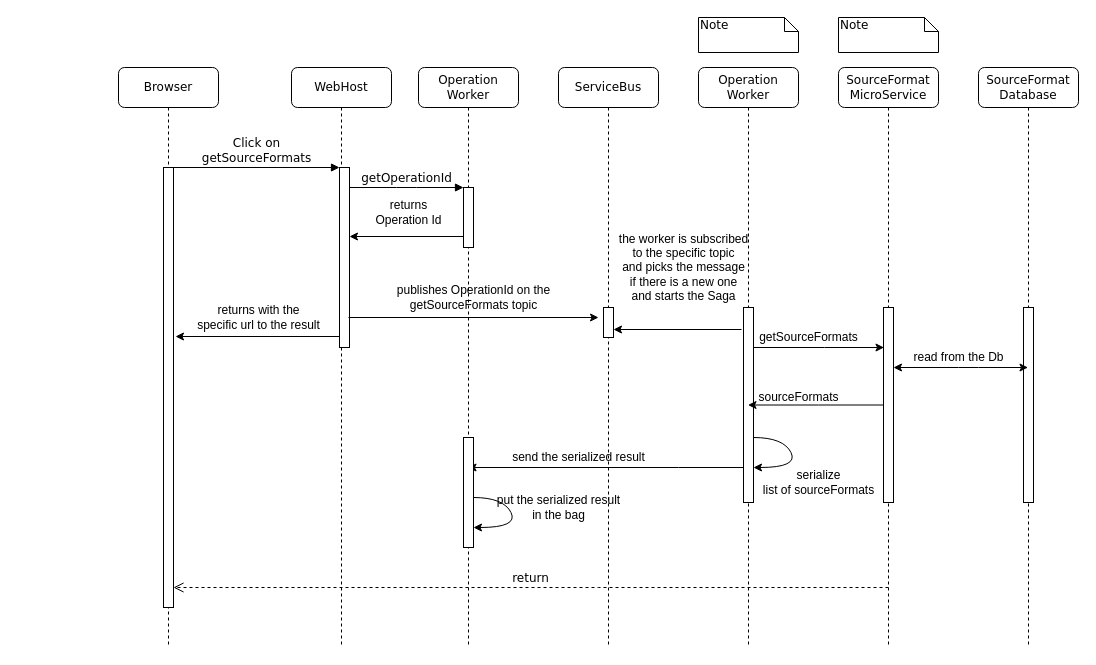
The draw.io diagram architecture/masterdata-getsourceformats.drawio in Andras-Csanyi/DigitalLibrary, before the edit. Source tidied: cells renumbered, new cells numbered last; positions are measured from the earlier drawing's top-left corner, leaving out a move shared by most shapes. Both pictures are drawn from the tidied source at 100%, with x=0, y=0 at pixel (118, 17).
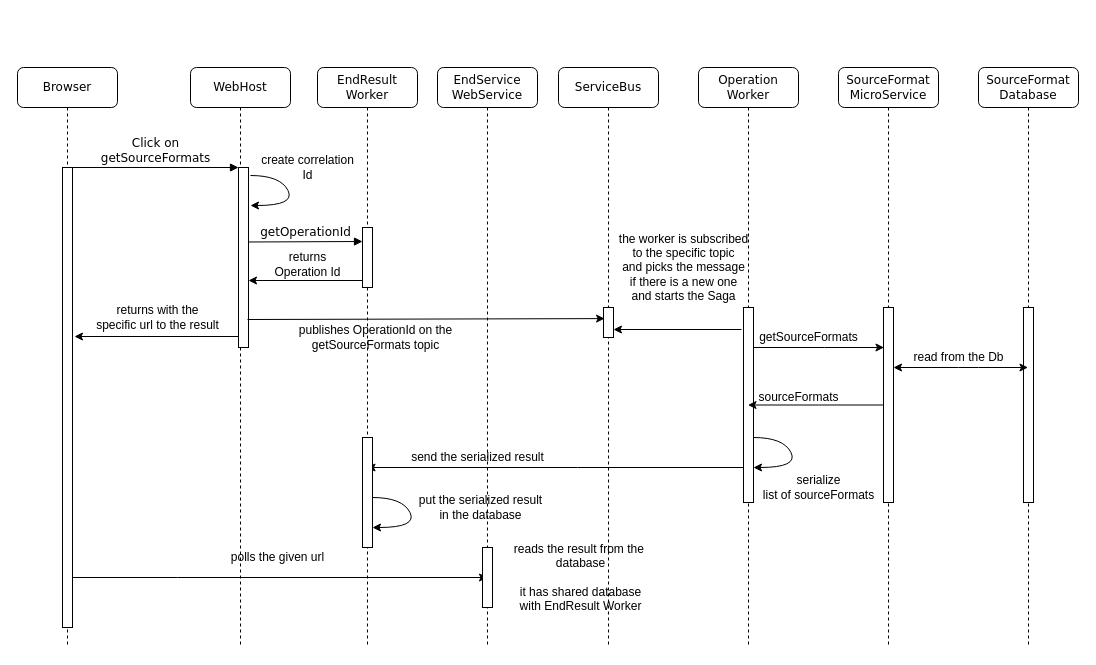
The same page after the edit.

Commit message:
docs: update masterdata-getsourceformats

The change refers to these unchanged cells:
```xml
<mxCell id="3" style="html=1;points=[];perimeter=orthogonalPerimeter;rounded=0;shadow=0;comic=0;labelBackgroundColor=none;strokeWidth=1;fontFamily=Verdana;fontSize=12;align=center;" parent="2" vertex="1">
  <mxGeometry x="48" y="100" width="10" height="180" as="geometry" />
</mxCell>
<mxCell id="15" style="html=1;points=[];perimeter=orthogonalPerimeter;rounded=0;shadow=0;comic=0;labelBackgroundColor=none;strokeWidth=1;fontFamily=Verdana;fontSize=12;align=center;" parent="1" vertex="1">
  <mxGeometry x="625" y="290" width="10" height="195" as="geometry" />
</mxCell>
```

The edit, as a diff of the source:
```diff
@@
     <mxCell id="2" value="WebHost" style="shape=umlLifeline;perimeter=lifelinePerimeter;whiteSpace=wrap;html=1;rounded=1;shadow=0;comic=0;labelBackgroundColor=none;strokeWidth=1;fontFamily=Verdana;fontSize=12;align=center;" parent="1" vertex="1">
-      <mxGeometry x="173" y="50" width="100" height="580" as="geometry" />
+      <mxGeometry x="72" y="50" width="100" height="580" as="geometry" />
     </mxCell>
@@
-    <mxCell id="4" value="Operation&lt;br&gt;Worker" style="shape=umlLifeline;perimeter=lifelinePerimeter;whiteSpace=wrap;html=1;outlineConnect=0;rounded=1;shadow=0;comic=0;labelBackgroundColor=none;strokeWidth=1;fontFamily=Verdana;fontSize=12;align=center;" parent="1" vertex="1">
-      <mxGeometry x="300" y="50" width="100" height="580" as="geometry" />
+    <mxCell id="4" value="EndResult&lt;br&gt;Worker" style="shape=umlLifeline;perimeter=lifelinePerimeter;whiteSpace=wrap;html=1;outlineConnect=0;rounded=1;shadow=0;comic=0;labelBackgroundColor=none;strokeWidth=1;fontFamily=Verdana;fontSize=12;align=center;" parent="1" vertex="1">
+      <mxGeometry x="199" y="50" width="100" height="580" as="geometry" />
     </mxCell>
     <mxCell id="5" style="html=1;points=[];perimeter=orthogonalPerimeter;rounded=0;shadow=0;comic=0;labelBackgroundColor=none;strokeWidth=1;fontFamily=Verdana;fontSize=12;align=center;" parent="4" vertex="1">
-      <mxGeometry x="45" y="120" width="10" height="60" as="geometry" />
+      <mxGeometry x="45" y="160" width="10" height="60" as="geometry" />
     </mxCell>
@@
     <mxCell id="10" value="Browser" style="shape=umlLifeline;perimeter=lifelinePerimeter;whiteSpace=wrap;html=1;rounded=1;shadow=0;comic=0;labelBackgroundColor=none;strokeWidth=1;fontFamily=Verdana;fontSize=12;align=center;" parent="1" vertex="1">
-      <mxGeometry y="50" width="100" height="580" as="geometry" />
+      <mxGeometry x="-101" y="50" width="100" height="580" as="geometry" />
     </mxCell>
+    <mxCell id="42" style="edgeStyle=orthogonalEdgeStyle;rounded=0;jettySize=auto;html=1;" parent="10" edge="1" source="11">
+      <mxGeometry relative="1" as="geometry">
+        <mxPoint x="470" y="510" as="targetPoint" />
+        <Array as="points">
+          <mxPoint x="160" y="510" />
+          <mxPoint x="160" y="510" />
+        </Array>
+      </mxGeometry>
+    </mxCell>
     <mxCell id="11" style="html=1;points=[];perimeter=orthogonalPerimeter;rounded=0;shadow=0;comic=0;labelBackgroundColor=none;strokeWidth=1;fontFamily=Verdana;fontSize=12;align=center;" parent="10" vertex="1">
-      <mxGeometry x="45" y="100" width="10" height="440" as="geometry" />
+      <mxGeometry x="45" y="100" width="10" height="460" as="geometry" />
     </mxCell>
@@
     <mxCell id="14" style="edgeStyle=orthogonalEdgeStyle;rounded=0;jettySize=auto;html=1;" parent="1" edge="1" source="15" target="4">
       <mxGeometry relative="1" as="geometry">
         <Array as="points">
-          <mxPoint x="560" y="450" />
-          <mxPoint x="560" y="450" />
+          <mxPoint x="459" y="450" />
+          <mxPoint x="459" y="450" />
         </Array>
       </mxGeometry>
     </mxCell>
@@
-    <mxCell id="16" value="return" style="html=1;verticalAlign=bottom;endArrow=open;dashed=1;endSize=8;labelBackgroundColor=none;fontFamily=Verdana;fontSize=12;edgeStyle=elbowEdgeStyle;elbow=vertical;" parent="1" edge="1" target="11">
-      <mxGeometry relative="1" as="geometry">
-        <mxPoint x="770" y="570" as="sourcePoint" />
-        <Array as="points">
-          <mxPoint x="470" y="570" />
-        </Array>
-      </mxGeometry>
-    </mxCell>
@@
-    <mxCell id="18" value="getOperationId" style="html=1;verticalAlign=bottom;endArrow=block;entryX=0;entryY=0;labelBackgroundColor=none;fontFamily=Verdana;fontSize=12;edgeStyle=elbowEdgeStyle;elbow=vertical;" parent="1" edge="1" source="3" target="5">
-      <mxGeometry relative="1" as="geometry" />
+    <mxCell id="18" value="getOperationId" style="html=1;verticalAlign=bottom;endArrow=block;entryX=0;entryY=0;labelBackgroundColor=none;fontFamily=Verdana;fontSize=12;edgeStyle=elbowEdgeStyle;elbow=vertical;" parent="1" edge="1">
+      <mxGeometry relative="1" as="geometry">
+        <mxPoint x="130" y="224.5" as="sourcePoint" />
+        <mxPoint x="244" y="224" as="targetPoint" />
+      </mxGeometry>
     </mxCell>
-    <mxCell id="19" value="Note" style="shape=note;whiteSpace=wrap;html=1;size=14;verticalAlign=top;align=left;spacingTop=-6;rounded=0;shadow=0;comic=0;labelBackgroundColor=none;strokeWidth=1;fontFamily=Verdana;fontSize=12;" parent="1" vertex="1">
-      <mxGeometry x="580" width="100" height="35" as="geometry" />
-    </mxCell>
-    <mxCell id="20" value="Note" style="shape=note;whiteSpace=wrap;html=1;size=14;verticalAlign=top;align=left;spacingTop=-6;rounded=0;shadow=0;comic=0;labelBackgroundColor=none;strokeWidth=1;fontFamily=Verdana;fontSize=12;" parent="1" vertex="1">
-      <mxGeometry x="720" width="100" height="35" as="geometry" />
-    </mxCell>
     <mxCell id="21" style="endArrow=classic;html=1;exitX=0;exitY=0.19;exitDx=0;exitDy=0;exitPerimeter=0;" parent="1" edge="1">
       <mxGeometry relative="1" as="geometry">
-        <mxPoint x="345" y="219" as="sourcePoint" />
-        <mxPoint x="231" y="219" as="targetPoint" />
+        <mxPoint x="244" y="263" as="sourcePoint" />
+        <mxPoint x="130" y="263" as="targetPoint" />
       </mxGeometry>
     </mxCell>
-    <mxCell id="22" style="endArrow=classic;html=1;" parent="1" edge="1">
+    <mxCell id="22" style="endArrow=classic;html=1;entryX=0.105;entryY=0.302;entryDx=0;entryDy=0;entryPerimeter=0;" parent="1" edge="1">
       <mxGeometry relative="1" as="geometry">
-        <mxPoint x="230" y="300" as="sourcePoint" />
-        <mxPoint x="480" y="300" as="targetPoint" />
+        <mxPoint x="129" y="302" as="sourcePoint" />
+        <mxPoint x="486.1" y="301.1" as="targetPoint" />
       </mxGeometry>
     </mxCell>
     <mxCell id="23" value="returns&lt;br&gt;Operation Id&lt;br&gt;" style="text;html=1;align=center;verticalAlign=middle;strokeColor=none;" parent="1" vertex="1">
-      <mxGeometry x="250" y="180" width="80" height="30" as="geometry" />
+      <mxGeometry x="149" y="232" width="80" height="30" as="geometry" />
     </mxCell>
     <mxCell id="24" value="publishes OperationId on the &lt;br&gt;getSourceFormats topic" style="text;html=1;align=center;verticalAlign=middle;strokeColor=none;" parent="1" vertex="1">
-      <mxGeometry x="270" y="265" width="170" height="30" as="geometry" />
+      <mxGeometry x="172" y="305" width="170" height="30" as="geometry" />
     </mxCell>
     <mxCell id="25" style="endArrow=classic;html=1;exitX=0;exitY=0.19;exitDx=0;exitDy=0;exitPerimeter=0;" parent="1" edge="1">
       <mxGeometry relative="1" as="geometry">
-        <mxPoint x="221" y="319" as="sourcePoint" />
-        <mxPoint x="57" y="319" as="targetPoint" />
+        <mxPoint x="120" y="319" as="sourcePoint" />
+        <mxPoint x="-44" y="319" as="targetPoint" />
       </mxGeometry>
     </mxCell>
     <mxCell id="26" value="returns with the&lt;br&gt;specific url to the result" style="text;html=1;align=center;verticalAlign=middle;strokeColor=none;" parent="1" vertex="1">
-      <mxGeometry x="70" y="285" width="140" height="30" as="geometry" />
+      <mxGeometry x="-31" y="285" width="140" height="30" as="geometry" />
     </mxCell>
@@
     <mxCell id="37" value="serialize &lt;br&gt;list of sourceFormats" style="text;html=1;align=center;verticalAlign=middle;strokeColor=none;" parent="1" vertex="1">
-      <mxGeometry x="635" y="450" width="130" height="30" as="geometry" />
+      <mxGeometry x="635" y="455" width="130" height="30" as="geometry" />
     </mxCell>
     <mxCell id="38" style="html=1;perimeter=orthogonalPerimeter;rounded=0;shadow=0;comic=0;labelBackgroundColor=none;strokeWidth=1;fontFamily=Verdana;fontSize=12;align=center;" parent="1" vertex="1">
-      <mxGeometry x="345" y="420" width="10" height="110" as="geometry" />
+      <mxGeometry x="244" y="420" width="10" height="110" as="geometry" />
     </mxCell>
     <mxCell id="39" value="send the serialized result" style="text;html=1;align=center;verticalAlign=middle;strokeColor=none;" parent="1" vertex="1">
-      <mxGeometry x="385" y="430" width="150" height="20" as="geometry" />
+      <mxGeometry x="284" y="430" width="150" height="20" as="geometry" />
     </mxCell>
     <mxCell id="40" style="curved=1;endArrow=classic;html=1;" parent="1" edge="1">
       <mxGeometry relative="1" as="geometry">
-        <mxPoint x="355" y="480" as="sourcePoint" />
-        <mxPoint x="355" y="510" as="targetPoint" />
+        <mxPoint x="254" y="480" as="sourcePoint" />
+        <mxPoint x="254" y="510" as="targetPoint" />
         <Array as="points">
-          <mxPoint x="385" y="480" />
-          <mxPoint x="400" y="510" />
+          <mxPoint x="284" y="480" />
+          <mxPoint x="299" y="510" />
         </Array>
       </mxGeometry>
     </mxCell>
-    <mxCell id="41" value="put the serialized result&lt;br&gt;in the bag" style="text;html=1;align=center;verticalAlign=middle;strokeColor=none;" parent="1" vertex="1">
-      <mxGeometry x="370" y="475" width="140" height="30" as="geometry" />
+    <mxCell id="41" value="put the serialized result&lt;br&gt;in the database" style="text;html=1;align=center;verticalAlign=middle;strokeColor=none;" parent="1" vertex="1">
+      <mxGeometry x="292" y="475" width="140" height="30" as="geometry" />
     </mxCell>
+    <mxCell id="43" value="EndService&lt;br&gt;WebService" style="shape=umlLifeline;perimeter=lifelinePerimeter;whiteSpace=wrap;html=1;rounded=1;shadow=0;comic=0;labelBackgroundColor=none;strokeWidth=1;fontFamily=Verdana;fontSize=12;align=center;" parent="1" vertex="1">
+      <mxGeometry x="319" y="50" width="100" height="580" as="geometry" />
+    </mxCell>
+    <mxCell id="44" style="html=1;perimeter=orthogonalPerimeter;rounded=0;shadow=0;comic=0;labelBackgroundColor=none;strokeWidth=1;fontFamily=Verdana;fontSize=12;align=center;" parent="1" vertex="1">
+      <mxGeometry x="364" y="530" width="10" height="60" as="geometry" />
+    </mxCell>
+    <mxCell id="45" style="curved=1;endArrow=classic;html=1;" parent="1" edge="1">
+      <mxGeometry relative="1" as="geometry">
+        <mxPoint x="132" y="158" as="sourcePoint" />
+        <mxPoint x="132" y="188" as="targetPoint" />
+        <Array as="points">
+          <mxPoint x="162" y="158" />
+          <mxPoint x="177" y="188" />
+        </Array>
+      </mxGeometry>
+    </mxCell>
+    <mxCell id="46" value="create correlation&lt;br&gt;Id" style="text;html=1;align=center;verticalAlign=middle;strokeColor=none;" parent="1" vertex="1">
+      <mxGeometry x="134" y="135" width="110" height="30" as="geometry" />
+    </mxCell>
+    <mxCell id="47" value="polls the given url" style="text;html=1;align=center;verticalAlign=middle;strokeColor=none;" parent="1" vertex="1">
+      <mxGeometry x="104" y="530" width="110" height="20" as="geometry" />
+    </mxCell>
+    <mxCell id="48" value="reads the result from the&amp;nbsp;&lt;br&gt;database&lt;br&gt;&lt;br&gt;it has shared database&lt;br&gt;with EndResult Worker" style="text;html=1;align=center;verticalAlign=middle;strokeColor=none;" parent="1" vertex="1">
+      <mxGeometry x="387" y="520" width="150" height="80" as="geometry" />
+    </mxCell>
```
